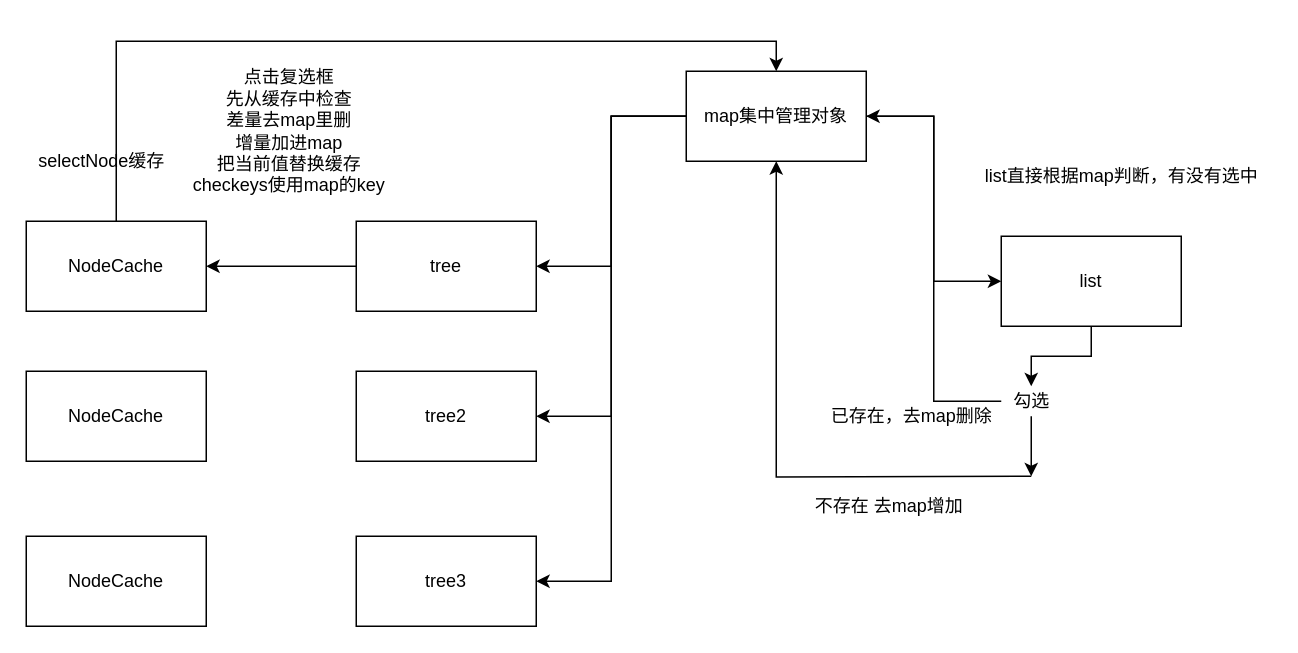
Before: Untitled Diagram.drawio in swliu920322/google-charts, a draw.io diagram. Source tidied: cells renumbered, new cells numbered last; positions are measured from the earlier drawing's top-left corner, leaving out a move shared by most shapes. Both pictures are drawn from the tidied source at 150%, with x=0, y=0 at pixel (26, 40).
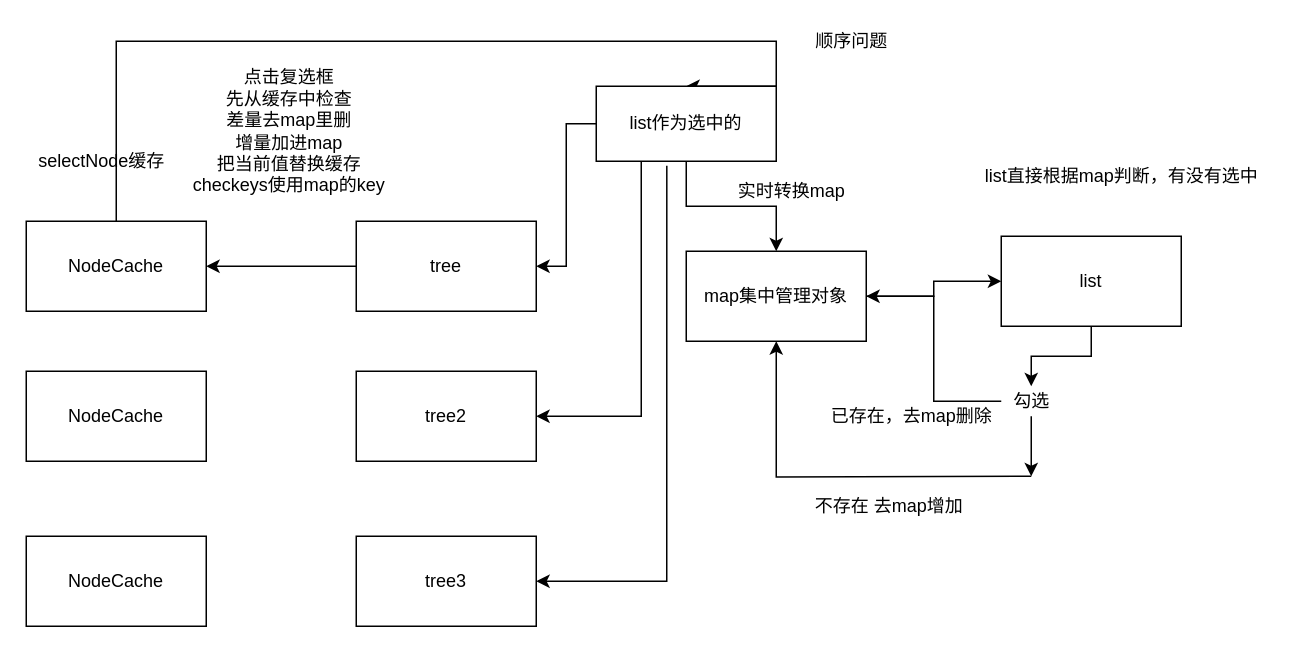
Above is the later version.

The change refers to these unchanged cells:
```xml
<mxCell id="8" value="tree" style="rounded=0;whiteSpace=wrap;html=1;" parent="1" vertex="1">
  <mxGeometry x="220" y="120" width="120" height="60" as="geometry" />
</mxCell>
<mxCell id="9" value="tree2" style="rounded=0;whiteSpace=wrap;html=1;" parent="1" vertex="1">
  <mxGeometry x="220" y="220" width="120" height="60" as="geometry" />
</mxCell>
<mxCell id="10" value="tree3" style="rounded=0;whiteSpace=wrap;html=1;" parent="1" vertex="1">
  <mxGeometry x="220" y="330" width="120" height="60" as="geometry" />
</mxCell>
<mxCell id="20" value="NodeCache" style="rounded=0;whiteSpace=wrap;html=1;" parent="1" vertex="1">
  <mxGeometry y="120" width="120" height="60" as="geometry" />
</mxCell>
```

What changed in the source:
```diff
@@
-    <mxCell id="3" style="edgeStyle=orthogonalEdgeStyle;rounded=0;jettySize=auto;html=1;entryX=1;entryY=0.5;entryDx=0;entryDy=0;" parent="1" edge="1" source="6" target="10">
+    <mxCell id="3" style="edgeStyle=orthogonalEdgeStyle;rounded=0;jettySize=auto;html=1;entryX=1;entryY=0.5;entryDx=0;entryDy=0;exitX=0.392;exitY=1.06;exitDx=0;exitDy=0;exitPerimeter=0;" parent="1" edge="1" source="28" target="10">
       <mxGeometry relative="1" as="geometry">
         <Array as="points">
-          <mxPoint x="390" y="50" />
-          <mxPoint x="390" y="360" />
+          <mxPoint x="427" y="360" />
         </Array>
       </mxGeometry>
     </mxCell>
-    <mxCell id="4" style="edgeStyle=orthogonalEdgeStyle;rounded=0;jettySize=auto;html=1;entryX=1;entryY=0.5;entryDx=0;entryDy=0;exitX=0;exitY=0.5;exitDx=0;exitDy=0;" parent="1" edge="1" source="6" target="9">
-      <mxGeometry relative="1" as="geometry" />
+    <mxCell id="4" style="edgeStyle=orthogonalEdgeStyle;rounded=0;jettySize=auto;html=1;entryX=1;entryY=0.5;entryDx=0;entryDy=0;exitX=0.5;exitY=1;exitDx=0;exitDy=0;" parent="1" edge="1" source="28" target="9">
+      <mxGeometry relative="1" as="geometry">
+        <Array as="points">
+          <mxPoint x="410" y="80" />
+          <mxPoint x="410" y="250" />
+        </Array>
+      </mxGeometry>
     </mxCell>
-    <mxCell id="5" style="edgeStyle=orthogonalEdgeStyle;rounded=0;jettySize=auto;html=1;entryX=1;entryY=0.5;entryDx=0;entryDy=0;" parent="1" edge="1" source="6" target="8">
+    <mxCell id="5" style="edgeStyle=orthogonalEdgeStyle;rounded=0;jettySize=auto;html=1;entryX=1;entryY=0.5;entryDx=0;entryDy=0;exitX=0;exitY=0.5;exitDx=0;exitDy=0;" parent="1" edge="1" source="28" target="8">
       <mxGeometry relative="1" as="geometry" />
     </mxCell>
     <mxCell id="6" value="map集中管理对象" style="rounded=0;whiteSpace=wrap;html=1;" parent="1" vertex="1">
-      <mxGeometry x="440" y="20" width="120" height="60" as="geometry" />
+      <mxGeometry x="440" y="140" width="120" height="60" as="geometry" />
     </mxCell>
@@
-    <mxCell id="22" style="edgeStyle=orthogonalEdgeStyle;rounded=0;jettySize=auto;html=1;entryX=0.5;entryY=0;entryDx=0;entryDy=0;exitX=0.5;exitY=0;exitDx=0;exitDy=0;" parent="1" edge="1" source="20" target="6">
+    <mxCell id="22" style="edgeStyle=orthogonalEdgeStyle;rounded=0;jettySize=auto;html=1;entryX=0.5;entryY=0;entryDx=0;entryDy=0;exitX=0.5;exitY=0;exitDx=0;exitDy=0;" parent="1" edge="1" source="20" target="28">
       <mxGeometry relative="1" as="geometry">
         <Array as="points">
           <mxPoint x="60" />
           <mxPoint x="500" />
+          <mxPoint x="500" y="30" />
         </Array>
       </mxGeometry>
     </mxCell>
@@
+    <mxCell id="26" value="顺序问题" style="text;html=1;align=center;verticalAlign=middle;strokeColor=none;" parent="1" vertex="1">
+      <mxGeometry x="520" y="-10" width="60" height="20" as="geometry" />
+    </mxCell>
+    <mxCell id="27" style="edgeStyle=orthogonalEdgeStyle;rounded=0;jettySize=auto;html=1;" parent="1" edge="1" source="28" target="6">
+      <mxGeometry relative="1" as="geometry" />
+    </mxCell>
+    <mxCell id="28" value="list作为选中的" style="whiteSpace=wrap;html=1;" parent="1" vertex="1">
+      <mxGeometry x="380" y="30" width="120" height="50" as="geometry" />
+    </mxCell>
+    <mxCell id="29" value="实时转换map" style="text;html=1;align=center;verticalAlign=middle;strokeColor=none;" parent="1" vertex="1">
+      <mxGeometry x="465" y="90" width="90" height="20" as="geometry" />
+    </mxCell>
```
